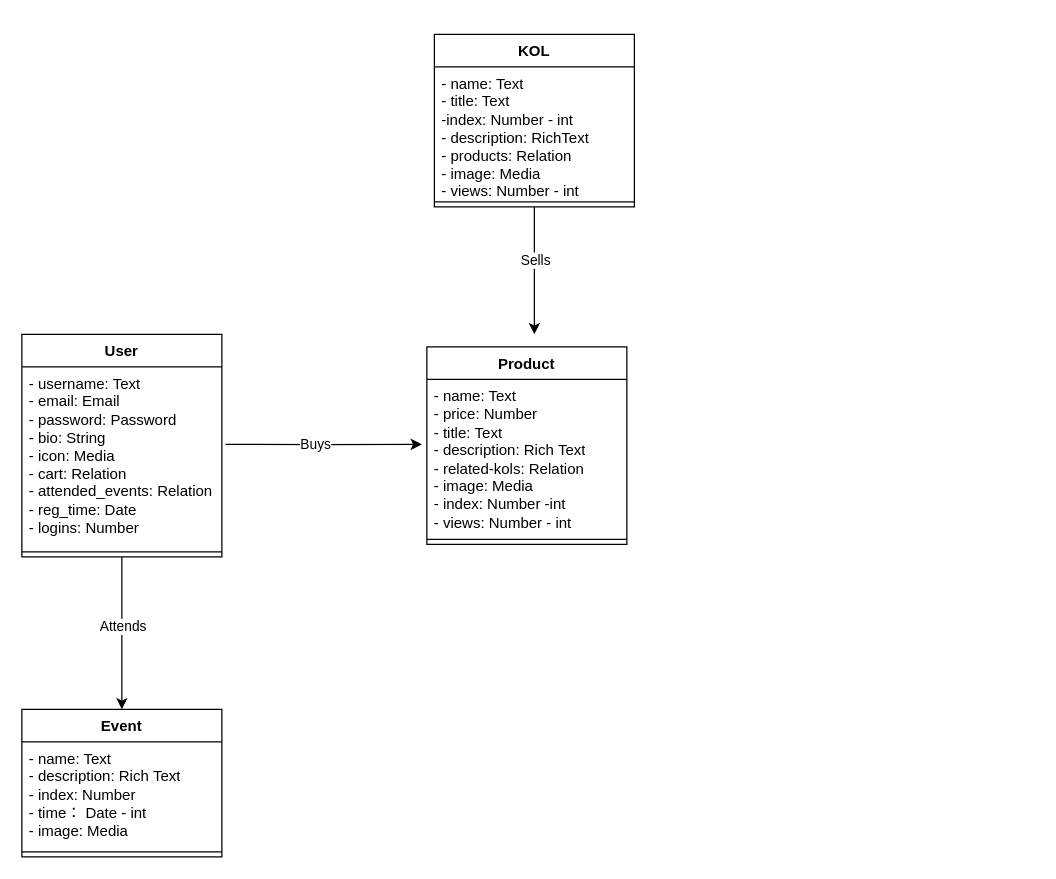
DreamOverseas/Media360-React keeps this draw.io diagram as 360Media Class Diagram.drawio. Above is the earlier version. Source tidied: cells renumbered, new cells numbered last; positions are measured from the earlier drawing's top-left corner, leaving out a move shared by most shapes. Both pictures are drawn from the tidied source at 125%, with x=0, y=0 at pixel (21, 34).
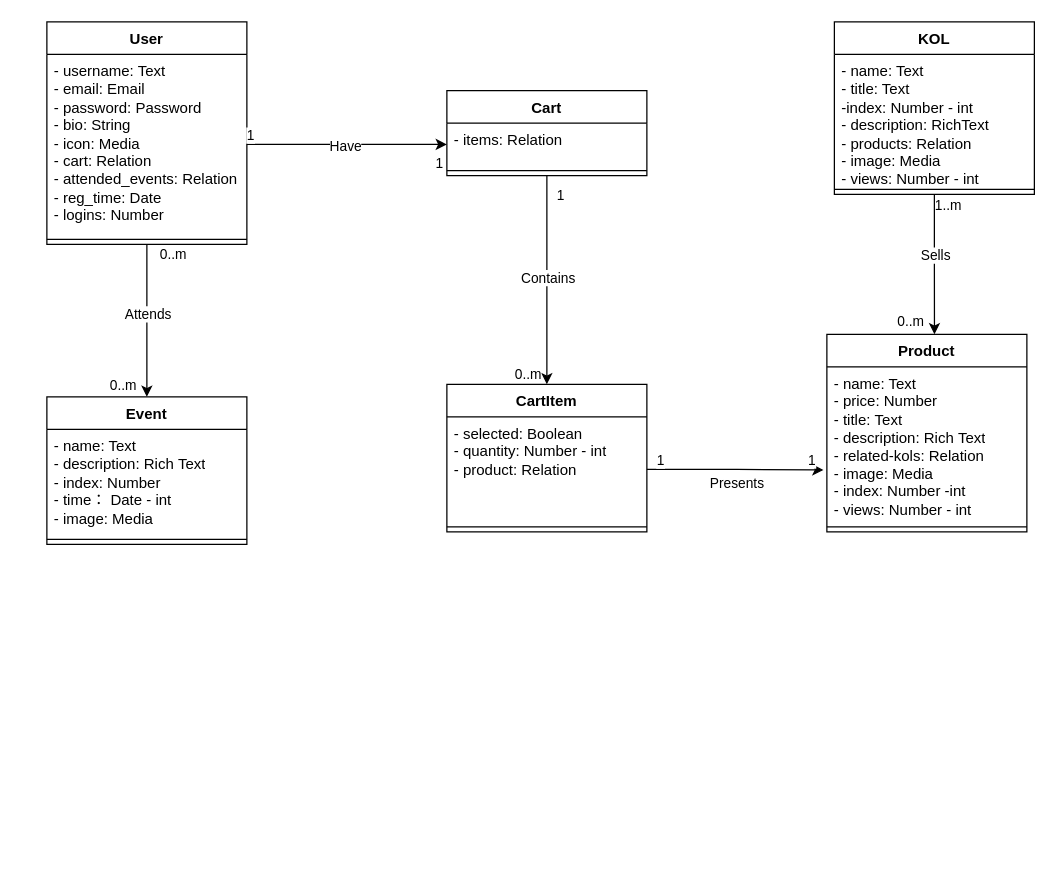
The same diagram, later.

Commit message (it also covers changes not shown here):
Update Cartitem and cart in class diagram

Unchanged cells that the change refers to:
```xml
<mxCell id="11" value="- name: Text&lt;div&gt;- price: Number&lt;/div&gt;&lt;div&gt;- title:&amp;nbsp;&lt;span style=&quot;background-color: initial;&quot;&gt;Text&lt;/span&gt;&lt;br&gt;&lt;/div&gt;&lt;div&gt;- description: Rich&amp;nbsp;&lt;span style=&quot;background-color: initial;&quot;&gt;Text&lt;/span&gt;&lt;br&gt;&lt;/div&gt;&lt;div&gt;- related-kols: Relation&lt;br&gt;&lt;/div&gt;&lt;div&gt;- image: Media&lt;br&gt;&lt;/div&gt;&lt;div&gt;- index: Number -int&lt;/div&gt;&lt;div&gt;- views: Number - int&lt;/div&gt;" style="text;strokeColor=none;fillColor=none;align=left;verticalAlign=top;spacingLeft=4;spacingRight=4;overflow=hidden;points=[[0,0.5],[1,0.5]];portConstraint=eastwest;whiteSpace=wrap;html=1;" parent="10" vertex="1">
  <mxGeometry y="26" width="160" height="124" as="geometry" />
</mxCell>
<mxCell id="18" value="- username: Text&lt;div&gt;- email: Email&lt;/div&gt;&lt;div&gt;- password: Password&lt;br&gt;&lt;div&gt;- bio: String&lt;/div&gt;&lt;div&gt;- icon: Media&lt;br&gt;&lt;/div&gt;&lt;/div&gt;&lt;div&gt;- cart: Relation&lt;/div&gt;&lt;div&gt;- attended_events: Relation&lt;/div&gt;&lt;div&gt;- reg_time: Date&lt;/div&gt;&lt;div&gt;- logins: Number&lt;/div&gt;" style="text;strokeColor=none;fillColor=none;align=left;verticalAlign=top;spacingLeft=4;spacingRight=4;overflow=hidden;points=[[0,0.5],[1,0.5]];portConstraint=eastwest;whiteSpace=wrap;html=1;" parent="15" vertex="1">
  <mxGeometry y="26" width="160" height="144" as="geometry" />
</mxCell>
```

Change to the diagram source:
```diff
@@
-    <mxCell id="2" style="edgeStyle=orthogonalEdgeStyle;rounded=0;jettySize=auto;html=1;" parent="1" edge="1" source="4">
-      <mxGeometry relative="1" as="geometry">
-        <mxPoint x="410" y="240" as="targetPoint" />
-      </mxGeometry>
+    <mxCell id="2" style="edgeStyle=orthogonalEdgeStyle;rounded=0;jettySize=auto;html=1;entryX=0.538;entryY=0;entryDx=0;entryDy=0;entryPerimeter=0;" parent="1" edge="1" source="4" target="10">
+      <mxGeometry relative="1" as="geometry" />
     </mxCell>
@@
+    <mxCell id="20" value="1..m" style="edgeLabel;html=1;align=center;verticalAlign=middle;labelBackgroundColor=none;" parent="2" vertex="1">
+      <mxGeometry x="-0.86" y="1" relative="1" as="geometry">
+        <mxPoint x="9" as="offset" />
+      </mxGeometry>
+    </mxCell>
+    <mxCell id="21" value="0..m" style="edgeLabel;html=1;align=center;verticalAlign=middle;" parent="2" vertex="1">
+      <mxGeometry x="0.71" y="-1" relative="1" as="geometry">
+        <mxPoint x="-19" y="6" as="offset" />
+      </mxGeometry>
+    </mxCell>
     <mxCell id="4" value="KOL" style="swimlane;fontStyle=1;align=center;verticalAlign=top;horizontal=1;startSize=26;whiteSpace=wrap;html=1;" parent="1" vertex="1">
-      <mxGeometry x="330" width="160" height="138" as="geometry" />
+      <mxGeometry x="650" y="-10" width="160" height="138" as="geometry" />
     </mxCell>
@@
     <mxCell id="7" value="Event" style="swimlane;fontStyle=1;align=center;verticalAlign=top;horizontal=1;startSize=26;whiteSpace=wrap;html=1;" parent="1" vertex="1">
-      <mxGeometry y="540" width="160" height="118" as="geometry" />
+      <mxGeometry x="20" y="290" width="160" height="118" as="geometry" />
     </mxCell>
@@
     <mxCell id="10" value="Product" style="swimlane;fontStyle=1;align=center;verticalAlign=top;horizontal=1;startSize=26;whiteSpace=wrap;html=1;" parent="1" vertex="1">
-      <mxGeometry x="324" y="250" width="160" height="158" as="geometry" />
+      <mxGeometry x="644" y="240" width="160" height="158" as="geometry" />
     </mxCell>
@@
     <mxCell id="13" style="edgeStyle=orthogonalEdgeStyle;rounded=0;jettySize=auto;html=1;" parent="1" edge="1" source="15">
       <mxGeometry relative="1" as="geometry">
-        <mxPoint x="80" y="540" as="targetPoint" />
+        <mxPoint x="100" y="290" as="targetPoint" />
       </mxGeometry>
     </mxCell>
@@
+    <mxCell id="22" value="0..m" style="edgeLabel;html=1;align=center;verticalAlign=middle;" parent="13" vertex="1">
+      <mxGeometry x="-0.88" y="1" relative="1" as="geometry">
+        <mxPoint x="19" as="offset" />
+      </mxGeometry>
+    </mxCell>
+    <mxCell id="23" value="0..m" style="edgeLabel;html=1;align=center;verticalAlign=middle;" parent="13" vertex="1">
+      <mxGeometry x="0.42" y="1" relative="1" as="geometry">
+        <mxPoint x="-21" y="26" as="offset" />
+      </mxGeometry>
+    </mxCell>
     <mxCell id="15" value="User" style="swimlane;fontStyle=1;align=center;verticalAlign=top;horizontal=1;startSize=26;whiteSpace=wrap;html=1;" parent="1" vertex="1">
-      <mxGeometry y="240" width="160" height="178" as="geometry" />
+      <mxGeometry x="20" y="-10" width="160" height="178" as="geometry" />
     </mxCell>
-    <mxCell id="16" style="edgeStyle=orthogonalEdgeStyle;rounded=0;jettySize=auto;html=1;exitX=1.019;exitY=0.431;exitDx=0;exitDy=0;exitPerimeter=0;" parent="15" edge="1" source="18">
-      <mxGeometry relative="1" as="geometry">
-        <mxPoint x="320" y="88" as="targetPoint" />
-      </mxGeometry>
-    </mxCell>
-    <mxCell id="17" value="Buys" style="edgeLabel;html=1;align=center;verticalAlign=middle;" parent="16" vertex="1">
-      <mxGeometry x="-0.1" y="1" relative="1" as="geometry" />
-    </mxCell>
@@
+    <mxCell id="24" value="Cart" style="swimlane;fontStyle=1;align=center;verticalAlign=top;horizontal=1;startSize=26;whiteSpace=wrap;html=1;" parent="1" vertex="1">
+      <mxGeometry x="340" y="45" width="160" height="68" as="geometry" />
+    </mxCell>
+    <mxCell id="25" value="- items: Relation" style="text;strokeColor=none;fillColor=none;align=left;verticalAlign=top;spacingLeft=4;spacingRight=4;overflow=hidden;points=[[0,0.5],[1,0.5]];portConstraint=eastwest;whiteSpace=wrap;html=1;" parent="24" vertex="1">
+      <mxGeometry y="26" width="160" height="34" as="geometry" />
+    </mxCell>
+    <mxCell id="26" style="line;strokeWidth=1;fillColor=none;align=left;verticalAlign=middle;spacingTop=-1;spacingLeft=3;spacingRight=3;labelPosition=right;strokeColor=inherit;" parent="24" vertex="1">
+      <mxGeometry y="60" width="160" height="8" as="geometry" />
+    </mxCell>
+    <mxCell id="27" style="edgeStyle=orthogonalEdgeStyle;rounded=0;jettySize=auto;html=1;" parent="1" edge="1" source="18" target="25">
+      <mxGeometry relative="1" as="geometry" />
+    </mxCell>
+    <mxCell id="28" value="Have" style="edgeLabel;html=1;align=center;verticalAlign=middle;" parent="27" vertex="1">
+      <mxGeometry x="-0.03" y="-1" relative="1" as="geometry" />
+    </mxCell>
+    <mxCell id="29" value="1" style="edgeLabel;html=1;align=center;verticalAlign=middle;" parent="27" vertex="1">
+      <mxGeometry x="-0.74" relative="1" as="geometry">
+        <mxPoint x="-19" y="-8" as="offset" />
+      </mxGeometry>
+    </mxCell>
+    <mxCell id="30" value="1" style="edgeLabel;html=1;align=center;verticalAlign=middle;" parent="27" vertex="1">
+      <mxGeometry x="0.71" y="2" relative="1" as="geometry">
+        <mxPoint x="16" y="16" as="offset" />
+      </mxGeometry>
+    </mxCell>
+    <mxCell id="31" style="edgeStyle=orthogonalEdgeStyle;rounded=0;jettySize=auto;html=1;exitX=0.5;exitY=1;exitDx=0;exitDy=0;entryX=0.5;entryY=0;entryDx=0;entryDy=0;" parent="1" edge="1" source="24" target="35">
+      <mxGeometry relative="1" as="geometry" />
+    </mxCell>
+    <mxCell id="32" value="Contains" style="edgeLabel;html=1;align=center;verticalAlign=middle;" parent="31" vertex="1">
+      <mxGeometry x="-0.03" relative="1" as="geometry" />
+    </mxCell>
+    <mxCell id="33" value="1" style="edgeLabel;html=1;align=center;verticalAlign=middle;" parent="31" vertex="1">
+      <mxGeometry x="-0.91" y="1" relative="1" as="geometry">
+        <mxPoint x="9" y="7" as="offset" />
+      </mxGeometry>
+    </mxCell>
+    <mxCell id="34" value="0..m" style="edgeLabel;html=1;align=center;verticalAlign=middle;" parent="31" vertex="1">
+      <mxGeometry x="0.65" y="-2" relative="1" as="geometry">
+        <mxPoint x="-14" y="20" as="offset" />
+      </mxGeometry>
+    </mxCell>
+    <mxCell id="35" value="CartItem" style="swimlane;fontStyle=1;align=center;verticalAlign=top;horizontal=1;startSize=26;whiteSpace=wrap;html=1;" parent="1" vertex="1">
+      <mxGeometry x="340" y="280" width="160" height="118" as="geometry" />
+    </mxCell>
+    <mxCell id="36" value="- selected: Boolean&lt;div&gt;- quantity: Number - int&lt;/div&gt;&lt;div&gt;- product: Relation&lt;/div&gt;" style="text;strokeColor=none;fillColor=none;align=left;verticalAlign=top;spacingLeft=4;spacingRight=4;overflow=hidden;points=[[0,0.5],[1,0.5]];portConstraint=eastwest;whiteSpace=wrap;html=1;" parent="35" vertex="1">
+      <mxGeometry y="26" width="160" height="84" as="geometry" />
+    </mxCell>
+    <mxCell id="37" style="line;strokeWidth=1;fillColor=none;align=left;verticalAlign=middle;spacingTop=-1;spacingLeft=3;spacingRight=3;labelPosition=right;strokeColor=inherit;" parent="35" vertex="1">
+      <mxGeometry y="110" width="160" height="8" as="geometry" />
+    </mxCell>
+    <mxCell id="38" style="edgeStyle=orthogonalEdgeStyle;rounded=0;jettySize=auto;html=1;exitX=1;exitY=0.5;exitDx=0;exitDy=0;entryX=-0.017;entryY=0.665;entryDx=0;entryDy=0;entryPerimeter=0;" parent="1" edge="1" source="36" target="11">
+      <mxGeometry relative="1" as="geometry" />
+    </mxCell>
+    <mxCell id="39" value="Presents" style="edgeLabel;html=1;align=center;verticalAlign=middle;" parent="38" vertex="1">
+      <mxGeometry x="-0.1" y="3" relative="1" as="geometry">
+        <mxPoint x="7" y="13" as="offset" />
+      </mxGeometry>
+    </mxCell>
+    <mxCell id="40" value="1" style="edgeLabel;html=1;align=center;verticalAlign=middle;" parent="38" vertex="1">
+      <mxGeometry x="-0.7" y="-1" relative="1" as="geometry">
+        <mxPoint x="-11" y="-9" as="offset" />
+      </mxGeometry>
+    </mxCell>
+    <mxCell id="41" value="1" style="edgeLabel;html=1;align=center;verticalAlign=middle;" parent="38" vertex="1">
+      <mxGeometry x="-0.23" relative="1" as="geometry">
+        <mxPoint x="76" y="-8" as="offset" />
+      </mxGeometry>
+    </mxCell>
```
